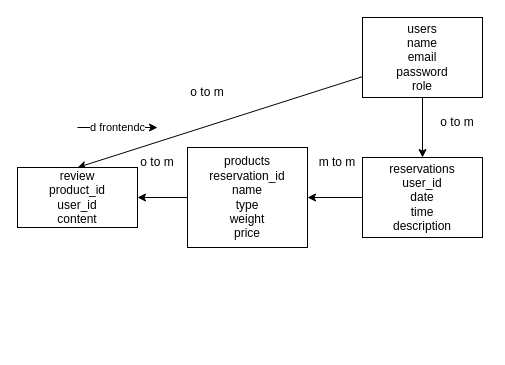
The draw.io diagram capstone.drawio in SimoCrisce/capstone-project, before the edit. Source tidied: cells renumbered, new cells numbered last; positions are measured from the earlier drawing's top-left corner, leaving out a move shared by most shapes. Both pictures are drawn from the tidied source at 100%, with x=0, y=0 at pixel (17, 17).
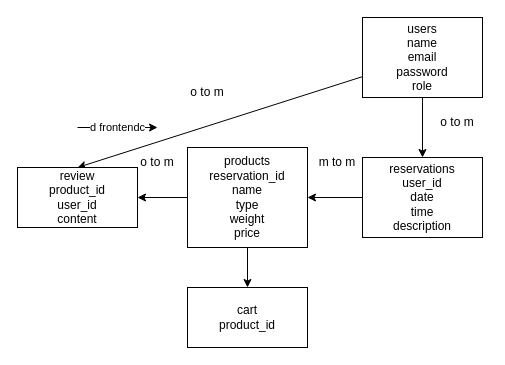
After the change.

The edit, as a diff of the source:
```diff
@@
 <mxGraphModel>
   <root>
     <mxCell id="0" />
     <mxCell id="1" parent="0" />
     <mxCell id="2" style="edgeStyle=none;html=1;entryX=0.5;entryY=0;entryDx=0;entryDy=0;" parent="1" edge="1" source="4" target="9">
       <mxGeometry relative="1" as="geometry" />
     </mxCell>
     <mxCell id="3" style="edgeStyle=none;html=1;entryX=0.5;entryY=0;entryDx=0;entryDy=0;" parent="1" edge="1" source="4" target="7">
       <mxGeometry relative="1" as="geometry" />
     </mxCell>
     <mxCell id="4" value="users&lt;br&gt;name&lt;br&gt;email&lt;br&gt;password&lt;br&gt;role" style="whiteSpace=wrap;html=1;" parent="1" vertex="1">
       <mxGeometry x="345" width="120" height="80" as="geometry" />
     </mxCell>
     <mxCell id="5" style="edgeStyle=none;html=1;" parent="1" edge="1" source="6" target="7">
       <mxGeometry relative="1" as="geometry" />
     </mxCell>
+    <mxCell id="15" style="edgeStyle=none;html=1;entryX=0.5;entryY=0;entryDx=0;entryDy=0;" parent="1" edge="1" source="6" target="16">
+      <mxGeometry relative="1" as="geometry" />
+    </mxCell>
     <mxCell id="6" value="products&lt;br&gt;reservation_id&lt;br&gt;name&lt;br&gt;type&lt;br&gt;weight&lt;br&gt;price" style="whiteSpace=wrap;html=1;" parent="1" vertex="1">
       <mxGeometry x="170" y="130" width="120" height="100" as="geometry" />
     </mxCell>
     <mxCell id="7" value="review&lt;br&gt;product_id&lt;br&gt;user_id&lt;br&gt;content" style="whiteSpace=wrap;html=1;" parent="1" vertex="1">
       <mxGeometry y="150" width="120" height="60" as="geometry" />
     </mxCell>
     <mxCell id="8" style="edgeStyle=none;html=1;" parent="1" edge="1" source="9" target="6">
       <mxGeometry relative="1" as="geometry" />
     </mxCell>
     <mxCell id="9" value="reservations&lt;br&gt;user_id&lt;br&gt;date&lt;br&gt;time&lt;br&gt;description" style="whiteSpace=wrap;html=1;" parent="1" vertex="1">
       <mxGeometry x="345" y="140" width="120" height="80" as="geometry" />
     </mxCell>
     <mxCell id="10" value="o to m" style="text;strokeColor=none;align=center;fillColor=none;html=1;verticalAlign=middle;whiteSpace=wrap;rounded=0;" parent="1" vertex="1">
       <mxGeometry x="410" y="90" width="60" height="30" as="geometry" />
     </mxCell>
     <mxCell id="11" value="m to m" style="text;strokeColor=none;align=center;fillColor=none;html=1;verticalAlign=middle;whiteSpace=wrap;rounded=0;" parent="1" vertex="1">
       <mxGeometry x="290" y="130" width="60" height="30" as="geometry" />
     </mxCell>
     <mxCell id="12" value="o to m" style="text;strokeColor=none;align=center;fillColor=none;html=1;verticalAlign=middle;whiteSpace=wrap;rounded=0;" parent="1" vertex="1">
       <mxGeometry x="110" y="130" width="60" height="30" as="geometry" />
     </mxCell>
     <mxCell id="13" value="o to m" style="text;strokeColor=none;align=center;fillColor=none;html=1;verticalAlign=middle;whiteSpace=wrap;rounded=0;" parent="1" vertex="1">
       <mxGeometry x="160" y="60" width="60" height="30" as="geometry" />
     </mxCell>
     <mxCell id="14" value="d frontendc" style="edgeStyle=none;orthogonalLoop=1;jettySize=auto;html=1;" parent="1" edge="1">
       <mxGeometry relative="1" as="geometry">
         <mxPoint x="60" y="110" as="sourcePoint" />
         <mxPoint x="140" y="110" as="targetPoint" />
       </mxGeometry>
     </mxCell>
+    <mxCell id="16" value="cart&lt;br&gt;product_id" style="whiteSpace=wrap;html=1;" parent="1" vertex="1">
+      <mxGeometry x="170" y="270" width="120" height="60" as="geometry" />
+    </mxCell>
   </root>
 </mxGraphModel>
```
